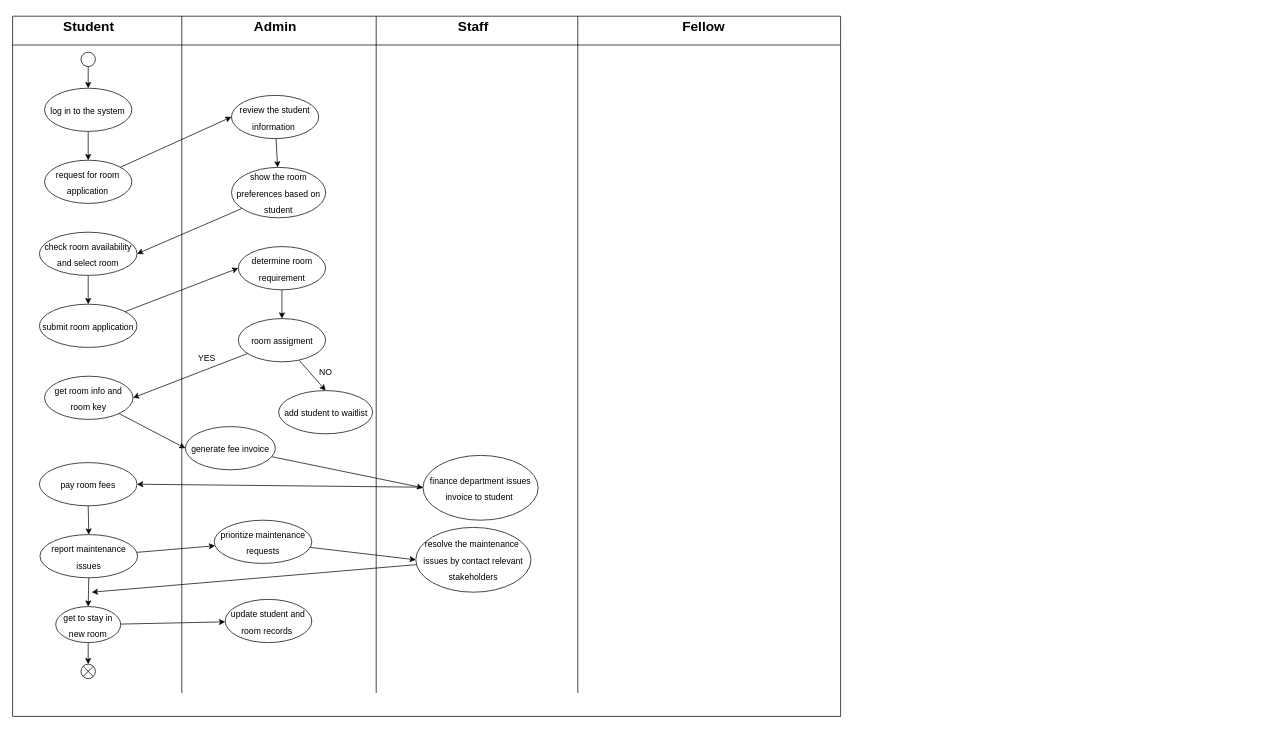
Earlier version of the draw.io diagram page "activity_diagram" (4 of 4) of project/drawio/stakeholder/UML.drawio (drshahizan/software-engineering). Source tidied: cells renumbered, new cells numbered last; positions are measured from the earlier drawing's top-left corner, leaving out a move shared by most shapes. Both pictures are drawn from the tidied source at 72%, with x=0, y=0 at pixel (12, 12).
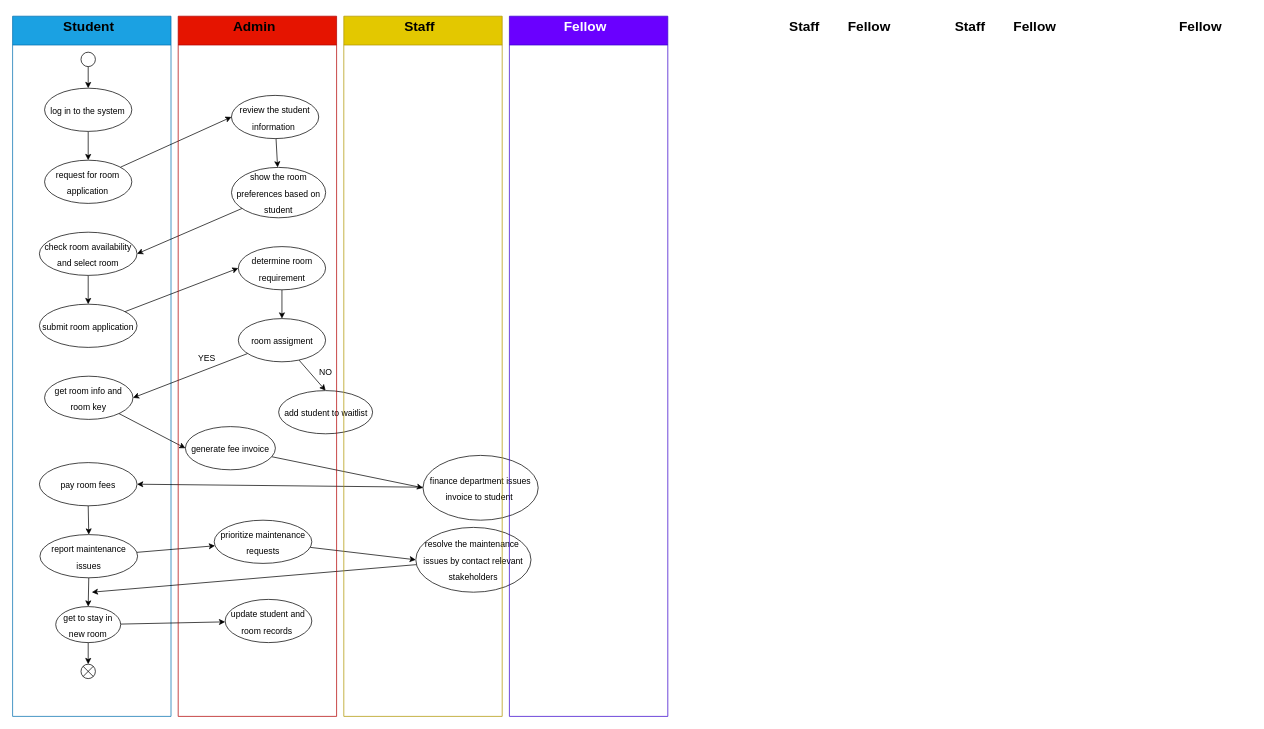
The same diagram, later.

What changed in the source:
```diff
@@
-    <mxCell id="2" style="swimlane;startSize=40;fontSize=19;" parent="1" vertex="1">
-      <mxGeometry y="5" width="1150" height="972.5" as="geometry" />
+    <mxCell id="2" style="swimlane;startSize=40;fontSize=19;fillColor=#1ba1e2;fontColor=#ffffff;strokeColor=#006EAF;" parent="1" vertex="1">
+      <mxGeometry y="5" width="220" height="972.5" as="geometry" />
     </mxCell>
-    <mxCell id="3" style="line;strokeWidth=1;direction=south;html=1;perimeter=backbonePerimeter;fontStyle=0;" parent="2" vertex="1">
-      <mxGeometry x="230" width="10" height="940" as="geometry" />
-    </mxCell>
-    <mxCell id="4" style="line;strokeWidth=1;direction=south;html=1;perimeter=backbonePerimeter;" parent="2" vertex="1">
-      <mxGeometry x="500" width="10" height="940" as="geometry" />
-    </mxCell>
-    <mxCell id="5" value="Student" style="text;html=1;strokeColor=none;fillColor=none;align=center;verticalAlign=middle;whiteSpace=wrap;rounded=0;fontSize=19;fontStyle=1;" parent="2" vertex="1">
+    <mxCell id="5" value="&lt;font color=&quot;#000000&quot;&gt;Student&lt;/font&gt;" style="text;html=1;strokeColor=none;fillColor=none;align=center;verticalAlign=middle;whiteSpace=wrap;rounded=0;fontSize=19;fontStyle=1;" parent="2" vertex="1">
       <mxGeometry x="70.8" y="-5" width="70" height="40" as="geometry" />
     </mxCell>
-    <mxCell id="6" value="&lt;b&gt;Staff&lt;/b&gt;" style="text;html=1;strokeColor=none;fillColor=none;align=center;verticalAlign=middle;whiteSpace=wrap;rounded=0;fontSize=19;" parent="2" vertex="1">
-      <mxGeometry x="570" y="-2.5" width="140" height="35" as="geometry" />
-    </mxCell>
-    <mxCell id="7" value="&lt;b&gt;Admin&lt;/b&gt;" style="text;html=1;strokeColor=none;fillColor=none;align=center;verticalAlign=middle;whiteSpace=wrap;rounded=0;fontSize=19;" parent="2" vertex="1">
-      <mxGeometry x="335" width="60" height="30" as="geometry" />
-    </mxCell>
@@
-    <mxCell id="50" style="line;strokeWidth=1;direction=south;html=1;perimeter=backbonePerimeter;" parent="2" vertex="1">
-      <mxGeometry x="780" width="10" height="940" as="geometry" />
-    </mxCell>
-    <mxCell id="51" value="&lt;b&gt;Fellow&lt;/b&gt;" style="text;html=1;strokeColor=none;fillColor=none;align=center;verticalAlign=middle;whiteSpace=wrap;rounded=0;fontSize=19;" parent="2" vertex="1">
-      <mxGeometry x="890" y="-2.5" width="140" height="35" as="geometry" />
-    </mxCell>
+    <mxCell id="52" style="swimlane;startSize=40;fontSize=19;fillColor=#e51400;fontColor=#ffffff;strokeColor=#B20000;" parent="1" vertex="1">
+      <mxGeometry x="230" y="5" width="220" height="972.5" as="geometry" />
+    </mxCell>
+    <mxCell id="7" value="Admin" style="text;html=1;strokeColor=none;fillColor=none;align=center;verticalAlign=middle;whiteSpace=wrap;rounded=0;fontSize=19;fontStyle=1;" parent="52" vertex="1">
+      <mxGeometry x="70.8" y="-5" width="70" height="40" as="geometry" />
+    </mxCell>
+    <mxCell id="53" value="&lt;b&gt;Fellow&lt;/b&gt;" style="text;html=1;strokeColor=none;fillColor=none;align=center;verticalAlign=middle;whiteSpace=wrap;rounded=0;fontSize=19;" parent="52" vertex="1">
+      <mxGeometry x="890" y="-2.5" width="140" height="35" as="geometry" />
+    </mxCell>
+    <mxCell id="54" style="swimlane;startSize=40;fontSize=19;fillColor=#e3c800;fontColor=#000000;strokeColor=#B09500;" parent="1" vertex="1">
+      <mxGeometry x="460" y="5" width="220" height="972.5" as="geometry" />
+    </mxCell>
+    <mxCell id="55" value="Staff" style="text;html=1;strokeColor=none;fillColor=none;align=center;verticalAlign=middle;whiteSpace=wrap;rounded=0;fontSize=19;fontStyle=1;fontColor=#000000;" parent="54" vertex="1">
+      <mxGeometry x="70.8" y="-5" width="69.2" height="40" as="geometry" />
+    </mxCell>
+    <mxCell id="56" value="&lt;b&gt;Staff&lt;/b&gt;" style="text;html=1;strokeColor=none;fillColor=none;align=center;verticalAlign=middle;whiteSpace=wrap;rounded=0;fontSize=19;" parent="54" vertex="1">
+      <mxGeometry x="570" y="-2.5" width="140" height="35" as="geometry" />
+    </mxCell>
+    <mxCell id="57" value="&lt;b&gt;Fellow&lt;/b&gt;" style="text;html=1;strokeColor=none;fillColor=none;align=center;verticalAlign=middle;whiteSpace=wrap;rounded=0;fontSize=19;" parent="54" vertex="1">
+      <mxGeometry x="890" y="-2.5" width="140" height="35" as="geometry" />
+    </mxCell>
+    <mxCell id="58" style="swimlane;startSize=40;fontSize=19;fillColor=#6a00ff;fontColor=#ffffff;strokeColor=#3700CC;" parent="1" vertex="1">
+      <mxGeometry x="690" y="5" width="220" height="972.5" as="geometry" />
+    </mxCell>
+    <mxCell id="59" value="Fellow" style="text;html=1;strokeColor=none;fillColor=none;align=center;verticalAlign=middle;whiteSpace=wrap;rounded=0;fontSize=19;fontStyle=1;fontColor=#FFFFFF;" parent="58" vertex="1">
+      <mxGeometry x="70.8" y="-5" width="69.2" height="40" as="geometry" />
+    </mxCell>
+    <mxCell id="60" value="&lt;b&gt;Staff&lt;/b&gt;" style="text;html=1;strokeColor=none;fillColor=none;align=center;verticalAlign=middle;whiteSpace=wrap;rounded=0;fontSize=19;" parent="58" vertex="1">
+      <mxGeometry x="570" y="-2.5" width="140" height="35" as="geometry" />
+    </mxCell>
+    <mxCell id="61" value="&lt;b&gt;Fellow&lt;/b&gt;" style="text;html=1;strokeColor=none;fillColor=none;align=center;verticalAlign=middle;whiteSpace=wrap;rounded=0;fontSize=19;" parent="58" vertex="1">
+      <mxGeometry x="890" y="-2.5" width="140" height="35" as="geometry" />
+    </mxCell>
```
